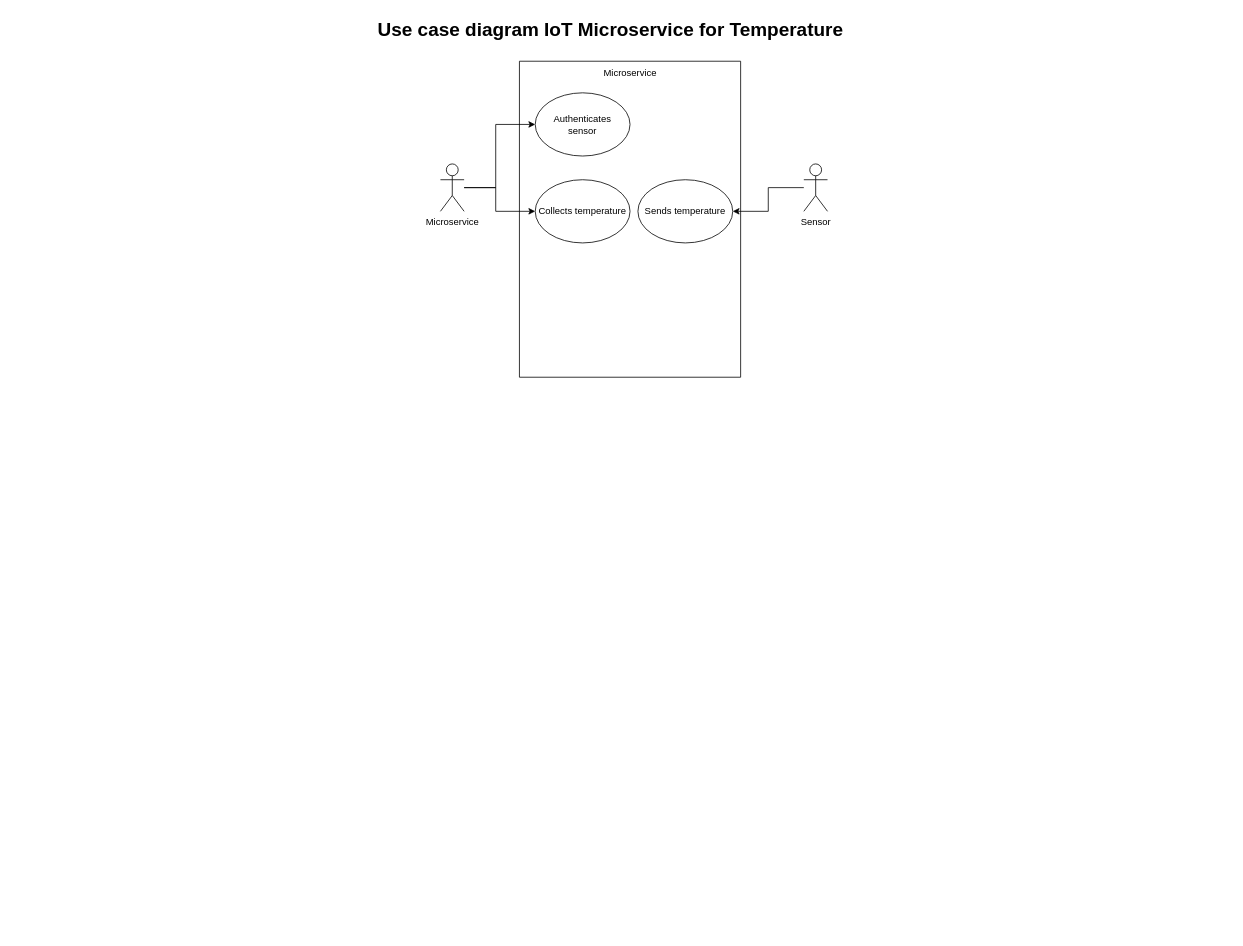
This is Advanced_programming_use_case.drawio from vincentbriat/vincentbriat, a draw.io file, before an edit. Source tidied: cells renumbered, new cells numbered last; positions are measured from the earlier drawing's top-left corner, leaving out a move shared by most shapes. Both pictures are drawn from the tidied source at 79%, with x=0, y=0 at pixel (13, 13).
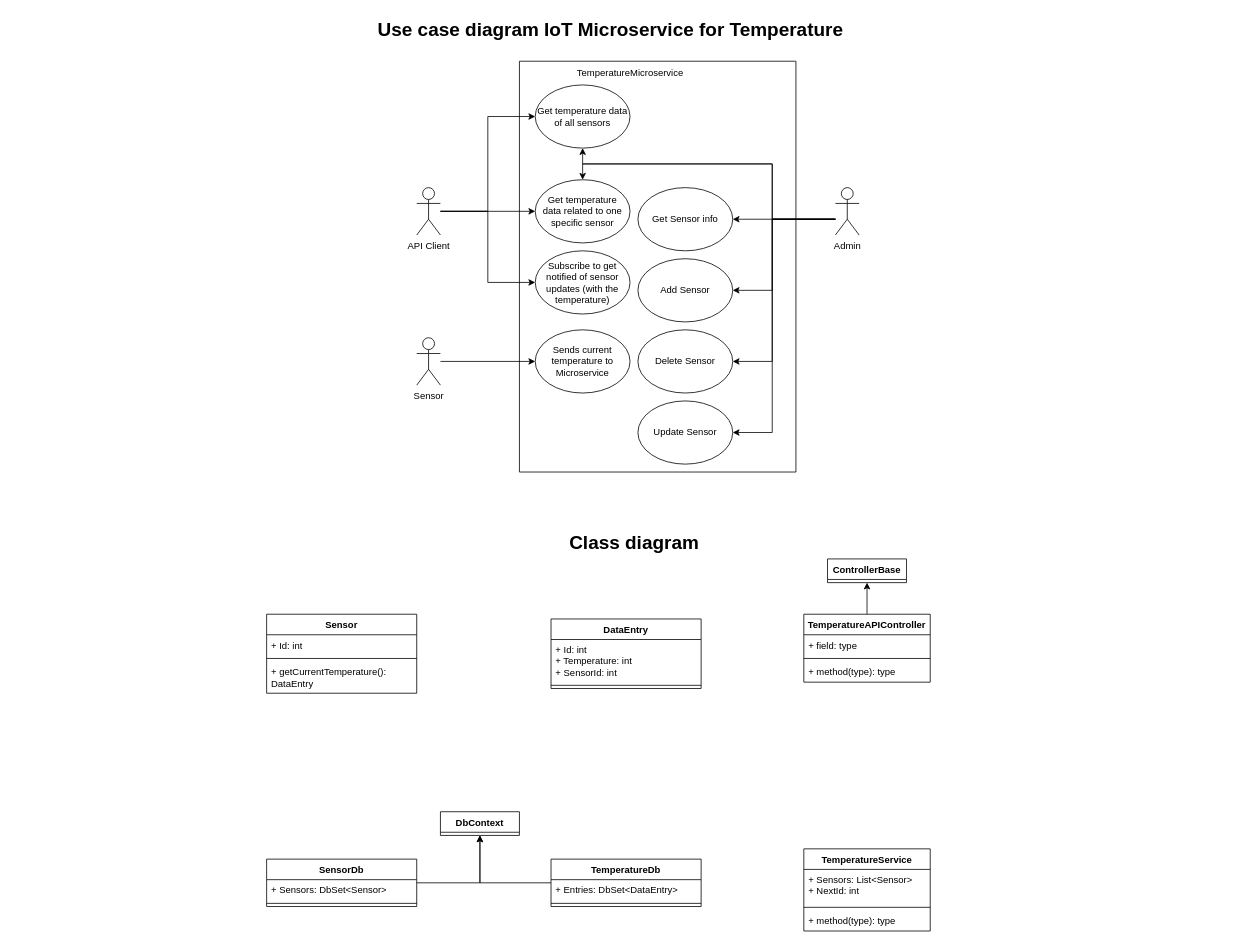
Above is the later version.

What changed in the source:
```diff
@@
     <mxCell id="3" style="swimlane;startSize=0;" parent="1" vertex="1">
-      <mxGeometry x="640" y="60" width="280" height="400" as="geometry" />
+      <mxGeometry x="640" y="60" width="350" height="520" as="geometry" />
     </mxCell>
-    <mxCell id="4" value="Microservice" style="text;html=1;align=center;verticalAlign=middle;strokeColor=none;fillColor=none;" parent="3" vertex="1">
-      <mxGeometry x="95" width="90" height="30" as="geometry" />
+    <mxCell id="4" value="TemperatureMicroservice" style="text;html=1;align=center;verticalAlign=middle;strokeColor=none;fillColor=none;" parent="3" vertex="1">
+      <mxGeometry x="60" width="160" height="30" as="geometry" />
     </mxCell>
-    <mxCell id="5" value="Authenticates&lt;br&gt;sensor" style="ellipse;whiteSpace=wrap;html=1;" parent="3" vertex="1">
-      <mxGeometry x="20" y="40" width="120" height="80" as="geometry" />
-    </mxCell>
-    <mxCell id="6" value="Collects temperature" style="ellipse;whiteSpace=wrap;html=1;" parent="3" vertex="1">
+    <mxCell id="6" value="Get temperature&lt;br&gt;data related to one specific sensor" style="ellipse;whiteSpace=wrap;html=1;" parent="3" vertex="1">
       <mxGeometry x="20" y="150" width="120" height="80" as="geometry" />
     </mxCell>
-    <mxCell id="7" value="Sends temperature" style="ellipse;whiteSpace=wrap;html=1;" parent="3" vertex="1">
-      <mxGeometry x="150" y="150" width="120" height="80" as="geometry" />
+    <mxCell id="7" value="Add Sensor" style="ellipse;whiteSpace=wrap;html=1;" parent="3" vertex="1">
+      <mxGeometry x="150" y="250" width="120" height="80" as="geometry" />
     </mxCell>
-    <mxCell id="8" style="edgeStyle=orthogonalEdgeStyle;rounded=0;jettySize=auto;html=1;" parent="1" edge="1" source="9" target="5">
-      <mxGeometry relative="1" as="geometry">
-        <Array as="points">
-          <mxPoint x="610" y="220" />
-          <mxPoint x="610" y="140" />
-        </Array>
-      </mxGeometry>
-    </mxCell>
+    <mxCell id="13" value="Delete Sensor" style="ellipse;whiteSpace=wrap;html=1;" parent="3" vertex="1">
+      <mxGeometry x="150" y="340" width="120" height="80" as="geometry" />
+    </mxCell>
+    <mxCell id="14" value="Update Sensor" style="ellipse;whiteSpace=wrap;html=1;" parent="3" vertex="1">
+      <mxGeometry x="150" y="430" width="120" height="80" as="geometry" />
+    </mxCell>
+    <mxCell id="15" value="Get Sensor info" style="ellipse;whiteSpace=wrap;html=1;" parent="3" vertex="1">
+      <mxGeometry x="150" y="160" width="120" height="80" as="geometry" />
+    </mxCell>
+    <mxCell id="16" value="Get temperature data&lt;br&gt;of all sensors" style="ellipse;whiteSpace=wrap;html=1;" parent="3" vertex="1">
+      <mxGeometry x="20" y="30" width="120" height="80" as="geometry" />
+    </mxCell>
+    <mxCell id="17" value="Sends current temperature to Microservice" style="ellipse;whiteSpace=wrap;html=1;" parent="3" vertex="1">
+      <mxGeometry x="20" y="340" width="120" height="80" as="geometry" />
+    </mxCell>
+    <mxCell id="18" style="edgeStyle=orthogonalEdgeStyle;rounded=0;jettySize=auto;html=1;" parent="3" edge="1" source="19" target="17">
+      <mxGeometry relative="1" as="geometry" />
+    </mxCell>
+    <mxCell id="19" value="Sensor" style="shape=umlActor;verticalLabelPosition=bottom;verticalAlign=top;html=1;outlineConnect=0;" parent="3" vertex="1">
+      <mxGeometry x="-130" y="350" width="30" height="60" as="geometry" />
+    </mxCell>
+    <mxCell id="20" style="edgeStyle=orthogonalEdgeStyle;rounded=0;jettySize=auto;html=1;" parent="3" edge="1" source="11" target="16">
+      <mxGeometry relative="1" as="geometry">
+        <Array as="points">
+          <mxPoint x="320" y="200" />
+          <mxPoint x="320" y="130" />
+          <mxPoint x="80" y="130" />
+        </Array>
+      </mxGeometry>
+    </mxCell>
+    <mxCell id="21" value="Subscribe to get notified of sensor updates (with the temperature)" style="ellipse;whiteSpace=wrap;html=1;" parent="3" vertex="1">
+      <mxGeometry x="20" y="240" width="120" height="80" as="geometry" />
+    </mxCell>
+    <mxCell id="22" style="edgeStyle=orthogonalEdgeStyle;rounded=0;jettySize=auto;html=1;" parent="1" edge="1" source="9" target="16">
+      <mxGeometry relative="1" as="geometry">
+        <Array as="points">
+          <mxPoint x="600" y="250" />
+          <mxPoint x="600" y="130" />
+        </Array>
+      </mxGeometry>
+    </mxCell>
+    <mxCell id="23" style="edgeStyle=orthogonalEdgeStyle;rounded=0;jettySize=auto;html=1;" parent="1" edge="1" source="9" target="21">
+      <mxGeometry relative="1" as="geometry">
+        <Array as="points">
+          <mxPoint x="600" y="250" />
+          <mxPoint x="600" y="340" />
+        </Array>
+      </mxGeometry>
+    </mxCell>
-    <mxCell id="9" value="Microservice" style="shape=umlActor;verticalLabelPosition=bottom;verticalAlign=top;html=1;outlineConnect=0;" parent="1" vertex="1">
-      <mxGeometry x="540" y="190" width="30" height="60" as="geometry" />
+    <mxCell id="9" value="API Client" style="shape=umlActor;verticalLabelPosition=bottom;verticalAlign=top;html=1;outlineConnect=0;" parent="1" vertex="1">
+      <mxGeometry x="510" y="220" width="30" height="60" as="geometry" />
     </mxCell>
     <mxCell id="10" style="edgeStyle=orthogonalEdgeStyle;rounded=0;jettySize=auto;html=1;" parent="1" edge="1" source="11" target="7">
-      <mxGeometry relative="1" as="geometry" />
+      <mxGeometry relative="1" as="geometry">
+        <Array as="points">
+          <mxPoint x="960" y="260" />
+          <mxPoint x="960" y="350" />
+        </Array>
+      </mxGeometry>
     </mxCell>
+    <mxCell id="24" style="edgeStyle=orthogonalEdgeStyle;rounded=0;jettySize=auto;html=1;" parent="1" edge="1" source="11" target="15">
+      <mxGeometry relative="1" as="geometry">
+        <Array as="points">
+          <mxPoint x="1000" y="260" />
+          <mxPoint x="1000" y="260" />
+        </Array>
+      </mxGeometry>
+    </mxCell>
+    <mxCell id="25" style="edgeStyle=orthogonalEdgeStyle;rounded=0;jettySize=auto;html=1;" parent="1" edge="1" source="11" target="13">
+      <mxGeometry relative="1" as="geometry">
+        <Array as="points">
+          <mxPoint x="960" y="260" />
+          <mxPoint x="960" y="440" />
+        </Array>
+      </mxGeometry>
+    </mxCell>
+    <mxCell id="26" style="edgeStyle=orthogonalEdgeStyle;rounded=0;jettySize=auto;html=1;" parent="1" edge="1" source="11" target="14">
+      <mxGeometry relative="1" as="geometry">
+        <Array as="points">
+          <mxPoint x="960" y="260" />
+          <mxPoint x="960" y="530" />
+        </Array>
+      </mxGeometry>
+    </mxCell>
+    <mxCell id="27" style="edgeStyle=orthogonalEdgeStyle;rounded=0;jettySize=auto;html=1;" parent="1" edge="1" source="11" target="6">
+      <mxGeometry relative="1" as="geometry">
+        <Array as="points">
+          <mxPoint x="960" y="260" />
+          <mxPoint x="960" y="190" />
+          <mxPoint x="720" y="190" />
+        </Array>
+      </mxGeometry>
+    </mxCell>
-    <mxCell id="11" value="Sensor" style="shape=umlActor;verticalLabelPosition=bottom;verticalAlign=top;html=1;outlineConnect=0;" parent="1" vertex="1">
-      <mxGeometry x="1000" y="190" width="30" height="60" as="geometry" />
+    <mxCell id="11" value="Admin" style="shape=umlActor;verticalLabelPosition=bottom;verticalAlign=top;html=1;outlineConnect=0;" parent="1" vertex="1">
+      <mxGeometry x="1040" y="220" width="30" height="60" as="geometry" />
     </mxCell>
     <mxCell id="12" style="edgeStyle=orthogonalEdgeStyle;rounded=0;jettySize=auto;html=1;" parent="1" edge="1" source="9" target="6">
-      <mxGeometry relative="1" as="geometry">
-        <Array as="points">
-          <mxPoint x="610" y="220" />
-          <mxPoint x="610" y="250" />
-        </Array>
-      </mxGeometry>
+      <mxGeometry relative="1" as="geometry" />
     </mxCell>
+    <mxCell id="28" value="Class diagram" style="text;strokeColor=none;fillColor=none;html=1;fontSize=24;fontStyle=1;verticalAlign=middle;align=center;" parent="1" vertex="1">
+      <mxGeometry x="30" y="650" width="1510" height="40" as="geometry" />
+    </mxCell>
+    <mxCell id="29" value="Sensor" style="swimlane;fontStyle=1;align=center;verticalAlign=top;horizontal=1;startSize=26;whiteSpace=wrap;html=1;" parent="1" vertex="1">
+      <mxGeometry x="320" y="760" width="190" height="100" as="geometry" />
+    </mxCell>
+    <mxCell id="30" value="+ Id: int" style="text;strokeColor=none;fillColor=none;align=left;verticalAlign=top;spacingLeft=4;spacingRight=4;overflow=hidden;whiteSpace=wrap;html=1;" parent="29" vertex="1">
+      <mxGeometry y="26" width="190" height="26" as="geometry" />
+    </mxCell>
+    <mxCell id="31" style="line;strokeWidth=1;fillColor=none;align=left;verticalAlign=middle;spacingTop=-1;spacingLeft=3;spacingRight=3;labelPosition=right;strokeColor=inherit;" parent="29" vertex="1">
+      <mxGeometry y="52" width="190" height="8" as="geometry" />
+    </mxCell>
+    <mxCell id="32" value="+ getCurrentTemperature(): DataEntry" style="text;strokeColor=none;fillColor=none;align=left;verticalAlign=top;spacingLeft=4;spacingRight=4;overflow=hidden;whiteSpace=wrap;html=1;" parent="29" vertex="1">
+      <mxGeometry y="60" width="190" height="40" as="geometry" />
+    </mxCell>
+    <mxCell id="33" value="DbContext" style="swimlane;fontStyle=1;align=center;verticalAlign=top;horizontal=1;startSize=26;whiteSpace=wrap;html=1;" parent="1" vertex="1" collapsed="1">
+      <mxGeometry x="540" y="1010" width="100" height="30" as="geometry" />
+    </mxCell>
+    <mxCell id="34" style="edgeStyle=orthogonalEdgeStyle;rounded=0;jettySize=auto;html=1;" parent="1" edge="1" source="35" target="33">
+      <mxGeometry relative="1" as="geometry" />
+    </mxCell>
+    <mxCell id="35" value="SensorDb" style="swimlane;fontStyle=1;align=center;verticalAlign=top;horizontal=1;startSize=26;whiteSpace=wrap;html=1;" parent="1" vertex="1">
+      <mxGeometry x="320" y="1070" width="190" height="60" as="geometry" />
+    </mxCell>
+    <mxCell id="36" value="+ Sensors: DbSet&amp;lt;Sensor&amp;gt;" style="text;strokeColor=none;fillColor=none;align=left;verticalAlign=top;spacingLeft=4;spacingRight=4;overflow=hidden;whiteSpace=wrap;html=1;" parent="35" vertex="1">
+      <mxGeometry y="26" width="190" height="26" as="geometry" />
+    </mxCell>
+    <mxCell id="37" style="line;strokeWidth=1;fillColor=none;align=left;verticalAlign=middle;spacingTop=-1;spacingLeft=3;spacingRight=3;labelPosition=right;strokeColor=inherit;" parent="35" vertex="1">
+      <mxGeometry y="52" width="190" height="8" as="geometry" />
+    </mxCell>
+    <mxCell id="38" value="DataEntry" style="swimlane;fontStyle=1;align=center;verticalAlign=top;horizontal=1;startSize=26;whiteSpace=wrap;html=1;" parent="1" vertex="1">
+      <mxGeometry x="680" y="766" width="190" height="88" as="geometry" />
+    </mxCell>
+    <mxCell id="39" value="+ Id: int&lt;br&gt;+ Temperature: int&lt;br&gt;+ SensorId: int" style="text;strokeColor=none;fillColor=none;align=left;verticalAlign=top;spacingLeft=4;spacingRight=4;overflow=hidden;whiteSpace=wrap;html=1;" parent="38" vertex="1">
+      <mxGeometry y="26" width="190" height="54" as="geometry" />
+    </mxCell>
+    <mxCell id="40" style="line;strokeWidth=1;fillColor=none;align=left;verticalAlign=middle;spacingTop=-1;spacingLeft=3;spacingRight=3;labelPosition=right;strokeColor=inherit;" parent="38" vertex="1">
+      <mxGeometry y="80" width="190" height="8" as="geometry" />
+    </mxCell>
+    <mxCell id="41" style="edgeStyle=orthogonalEdgeStyle;rounded=0;jettySize=auto;html=1;" parent="1" edge="1" source="42" target="33">
+      <mxGeometry relative="1" as="geometry" />
+    </mxCell>
+    <mxCell id="42" value="TemperatureDb" style="swimlane;fontStyle=1;align=center;verticalAlign=top;horizontal=1;startSize=26;whiteSpace=wrap;html=1;" parent="1" vertex="1">
+      <mxGeometry x="680" y="1070" width="190" height="60" as="geometry" />
+    </mxCell>
+    <mxCell id="43" value="+ Entries: DbSet&amp;lt;DataEntry&amp;gt;" style="text;strokeColor=none;fillColor=none;align=left;verticalAlign=top;spacingLeft=4;spacingRight=4;overflow=hidden;whiteSpace=wrap;html=1;" parent="42" vertex="1">
+      <mxGeometry y="26" width="190" height="26" as="geometry" />
+    </mxCell>
+    <mxCell id="44" style="line;strokeWidth=1;fillColor=none;align=left;verticalAlign=middle;spacingTop=-1;spacingLeft=3;spacingRight=3;labelPosition=right;strokeColor=inherit;" parent="42" vertex="1">
+      <mxGeometry y="52" width="190" height="8" as="geometry" />
+    </mxCell>
+    <mxCell id="45" value="TemperatureService" style="swimlane;fontStyle=1;align=center;verticalAlign=top;horizontal=1;startSize=26;whiteSpace=wrap;html=1;" parent="1" vertex="1">
+      <mxGeometry x="1000" y="1057" width="160" height="104" as="geometry" />
+    </mxCell>
+    <mxCell id="46" value="+ Sensors: List&amp;lt;Sensor&amp;gt;&lt;br&gt;+ NextId: int" style="text;strokeColor=none;fillColor=none;align=left;verticalAlign=top;spacingLeft=4;spacingRight=4;overflow=hidden;whiteSpace=wrap;html=1;" parent="45" vertex="1">
+      <mxGeometry y="26" width="160" height="44" as="geometry" />
+    </mxCell>
+    <mxCell id="47" style="line;strokeWidth=1;fillColor=none;align=left;verticalAlign=middle;spacingTop=-1;spacingLeft=3;spacingRight=3;labelPosition=right;strokeColor=inherit;" parent="45" vertex="1">
+      <mxGeometry y="70" width="160" height="8" as="geometry" />
+    </mxCell>
+    <mxCell id="48" value="+ method(type): type" style="text;strokeColor=none;fillColor=none;align=left;verticalAlign=top;spacingLeft=4;spacingRight=4;overflow=hidden;whiteSpace=wrap;html=1;" parent="45" vertex="1">
+      <mxGeometry y="78" width="160" height="26" as="geometry" />
+    </mxCell>
+    <mxCell id="49" style="edgeStyle=orthogonalEdgeStyle;rounded=0;jettySize=auto;html=1;" parent="1" edge="1" source="50" target="54">
+      <mxGeometry relative="1" as="geometry" />
+    </mxCell>
+    <mxCell id="50" value="TemperatureAPIController" style="swimlane;fontStyle=1;align=center;verticalAlign=top;horizontal=1;startSize=26;whiteSpace=wrap;html=1;" parent="1" vertex="1">
+      <mxGeometry x="1000" y="760" width="160" height="86" as="geometry" />
+    </mxCell>
+    <mxCell id="51" value="+ field: type" style="text;strokeColor=none;fillColor=none;align=left;verticalAlign=top;spacingLeft=4;spacingRight=4;overflow=hidden;whiteSpace=wrap;html=1;" parent="50" vertex="1">
+      <mxGeometry y="26" width="160" height="26" as="geometry" />
+    </mxCell>
+    <mxCell id="52" style="line;strokeWidth=1;fillColor=none;align=left;verticalAlign=middle;spacingTop=-1;spacingLeft=3;spacingRight=3;labelPosition=right;strokeColor=inherit;" parent="50" vertex="1">
+      <mxGeometry y="52" width="160" height="8" as="geometry" />
+    </mxCell>
+    <mxCell id="53" value="+ method(type): type" style="text;strokeColor=none;fillColor=none;align=left;verticalAlign=top;spacingLeft=4;spacingRight=4;overflow=hidden;whiteSpace=wrap;html=1;" parent="50" vertex="1">
+      <mxGeometry y="60" width="160" height="26" as="geometry" />
+    </mxCell>
+    <mxCell id="54" value="ControllerBase" style="swimlane;fontStyle=1;align=center;verticalAlign=top;horizontal=1;startSize=26;whiteSpace=wrap;html=1;" parent="1" vertex="1" collapsed="1">
+      <mxGeometry x="1030" y="690" width="100" height="30" as="geometry" />
+    </mxCell>
```
